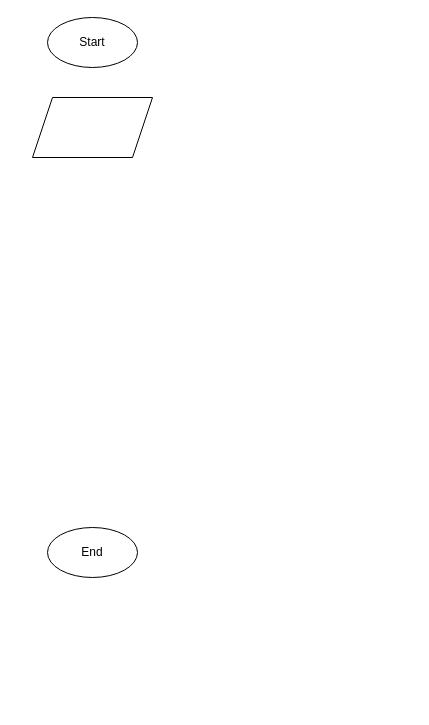
Earlier version of the draw.io diagram Dmitrii/test.drawio (DmitriiMal/FE20-Algorithms-Data-Structures-Day1-Lead-Partner). Source tidied: cells renumbered, new cells numbered last; positions are measured from the earlier drawing's top-left corner, leaving out a move shared by most shapes. Both pictures are drawn from the tidied source at 100%, with x=0, y=0 at pixel (32, 17).
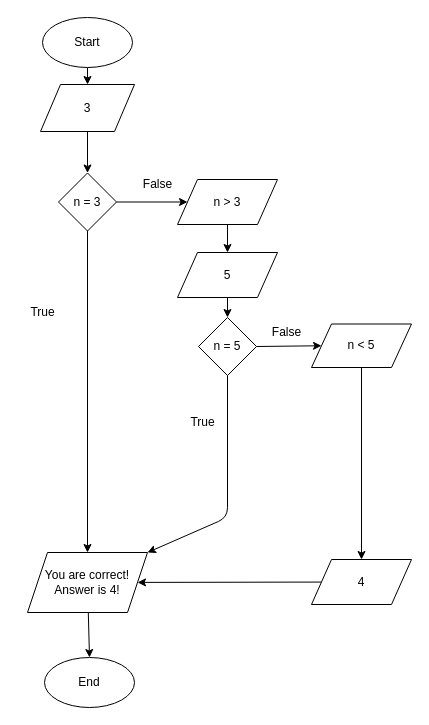
After the change.

Commit message (it also covers changes not shown here):
Complete basic Exercises

Diff of the diagram source:
```diff
@@
+    <mxCell id="5" style="edgeStyle=none;html=1;exitX=0.5;exitY=1;exitDx=0;exitDy=0;entryX=0.5;entryY=0;entryDx=0;entryDy=0;" parent="1" edge="1" source="2" target="4">
+      <mxGeometry relative="1" as="geometry" />
+    </mxCell>
     <mxCell id="2" value="Start" style="ellipse;whiteSpace=wrap;html=1;" parent="1" vertex="1">
-      <mxGeometry x="15" width="90" height="50" as="geometry" />
+      <mxGeometry x="10" width="90" height="50" as="geometry" />
     </mxCell>
+    <mxCell id="6" style="edgeStyle=none;html=1;exitX=0.5;exitY=1;exitDx=0;exitDy=0;entryX=0.5;entryY=0;entryDx=0;entryDy=0;" parent="1" edge="1" source="4" target="11">
+      <mxGeometry relative="1" as="geometry" />
+    </mxCell>
+    <mxCell id="4" value="3" style="shape=parallelogram;perimeter=parallelogramPerimeter;whiteSpace=wrap;html=1;fixedSize=1;" parent="1" vertex="1">
+      <mxGeometry x="8" y="67" width="94" height="47" as="geometry" />
+    </mxCell>
+    <mxCell id="7" style="edgeStyle=none;html=1;entryX=0.5;entryY=0;entryDx=0;entryDy=0;" parent="1" edge="1" source="8" target="3">
+      <mxGeometry relative="1" as="geometry" />
+    </mxCell>
+    <mxCell id="8" value="You are correct!&lt;br&gt;Answer is 4!" style="shape=parallelogram;perimeter=parallelogramPerimeter;whiteSpace=wrap;html=1;fixedSize=1;" parent="1" vertex="1">
+      <mxGeometry x="-5" y="535" width="120" height="60" as="geometry" />
+    </mxCell>
+    <mxCell id="9" style="edgeStyle=none;html=1;entryX=0.5;entryY=0;entryDx=0;entryDy=0;" parent="1" edge="1" source="11" target="8">
+      <mxGeometry relative="1" as="geometry" />
+    </mxCell>
+    <mxCell id="10" style="edgeStyle=none;html=1;exitX=1;exitY=0.5;exitDx=0;exitDy=0;" parent="1" edge="1" source="11" target="15">
+      <mxGeometry relative="1" as="geometry" />
+    </mxCell>
+    <mxCell id="11" value="n = 3" style="rhombus;whiteSpace=wrap;html=1;" parent="1" vertex="1">
+      <mxGeometry x="26" y="155.5" width="58" height="58" as="geometry" />
+    </mxCell>
+    <mxCell id="12" value="True" style="text;html=1;align=center;verticalAlign=middle;strokeColor=none;fillColor=none;" parent="1" vertex="1">
+      <mxGeometry x="-15" y="280" width="50" height="30" as="geometry" />
+    </mxCell>
+    <mxCell id="13" value="False" style="text;html=1;align=center;verticalAlign=middle;strokeColor=none;fillColor=none;" parent="1" vertex="1">
+      <mxGeometry x="100" y="152" width="50" height="30" as="geometry" />
+    </mxCell>
+    <mxCell id="14" style="edgeStyle=none;html=1;exitX=0.5;exitY=1;exitDx=0;exitDy=0;entryX=0.5;entryY=0;entryDx=0;entryDy=0;" parent="1" edge="1" source="15" target="17">
+      <mxGeometry relative="1" as="geometry" />
+    </mxCell>
+    <mxCell id="15" value="n &amp;gt; 3" style="shape=parallelogram;perimeter=parallelogramPerimeter;whiteSpace=wrap;html=1;fixedSize=1;" parent="1" vertex="1">
+      <mxGeometry x="145" y="162" width="100" height="45" as="geometry" />
+    </mxCell>
+    <mxCell id="16" style="edgeStyle=none;html=1;exitX=0.5;exitY=1;exitDx=0;exitDy=0;entryX=0.5;entryY=0;entryDx=0;entryDy=0;" parent="1" edge="1" source="17" target="20">
+      <mxGeometry relative="1" as="geometry" />
+    </mxCell>
+    <mxCell id="17" value="5" style="shape=parallelogram;perimeter=parallelogramPerimeter;whiteSpace=wrap;html=1;fixedSize=1;" parent="1" vertex="1">
+      <mxGeometry x="145" y="235" width="100" height="45" as="geometry" />
+    </mxCell>
+    <mxCell id="18" style="edgeStyle=none;html=1;exitX=0.5;exitY=1;exitDx=0;exitDy=0;entryX=1;entryY=0;entryDx=0;entryDy=0;" parent="1" edge="1" source="20" target="8">
+      <mxGeometry relative="1" as="geometry">
+        <Array as="points">
+          <mxPoint x="195" y="500" />
+        </Array>
+      </mxGeometry>
+    </mxCell>
+    <mxCell id="19" style="edgeStyle=none;html=1;exitX=1;exitY=0.5;exitDx=0;exitDy=0;entryX=0;entryY=0.5;entryDx=0;entryDy=0;" parent="1" edge="1" source="20" target="24">
+      <mxGeometry relative="1" as="geometry" />
+    </mxCell>
+    <mxCell id="20" value="n = 5" style="rhombus;whiteSpace=wrap;html=1;" parent="1" vertex="1">
+      <mxGeometry x="166" y="300" width="58" height="58" as="geometry" />
+    </mxCell>
+    <mxCell id="21" value="False" style="text;html=1;align=center;verticalAlign=middle;strokeColor=none;fillColor=none;" parent="1" vertex="1">
+      <mxGeometry x="229" y="300" width="50" height="30" as="geometry" />
+    </mxCell>
+    <mxCell id="22" value="True" style="text;html=1;align=center;verticalAlign=middle;strokeColor=none;fillColor=none;" parent="1" vertex="1">
+      <mxGeometry x="145" y="390" width="50" height="30" as="geometry" />
+    </mxCell>
+    <mxCell id="23" style="edgeStyle=none;html=1;entryX=0.5;entryY=0;entryDx=0;entryDy=0;" parent="1" edge="1" source="24" target="26">
+      <mxGeometry relative="1" as="geometry" />
+    </mxCell>
+    <mxCell id="24" value="n &amp;lt; 5" style="shape=parallelogram;perimeter=parallelogramPerimeter;whiteSpace=wrap;html=1;fixedSize=1;" parent="1" vertex="1">
+      <mxGeometry x="279" y="306.5" width="100" height="43.5" as="geometry" />
+    </mxCell>
+    <mxCell id="25" style="edgeStyle=none;html=1;" parent="1" edge="1" source="26" target="8">
+      <mxGeometry relative="1" as="geometry" />
+    </mxCell>
+    <mxCell id="26" value="4" style="shape=parallelogram;perimeter=parallelogramPerimeter;whiteSpace=wrap;html=1;fixedSize=1;" parent="1" vertex="1">
+      <mxGeometry x="279" y="542" width="100" height="45" as="geometry" />
+    </mxCell>
     <mxCell id="3" value="End" style="ellipse;whiteSpace=wrap;html=1;" parent="1" vertex="1">
-      <mxGeometry x="15" y="510" width="90" height="50" as="geometry" />
+      <mxGeometry x="12" y="640" width="90" height="50" as="geometry" />
     </mxCell>
-    <mxCell id="4" style="shape=parallelogram;perimeter=parallelogramPerimeter;whiteSpace=wrap;html=1;fixedSize=1;" parent="1" vertex="1">
-      <mxGeometry y="80" width="120" height="60" as="geometry" />
-    </mxCell>
```
